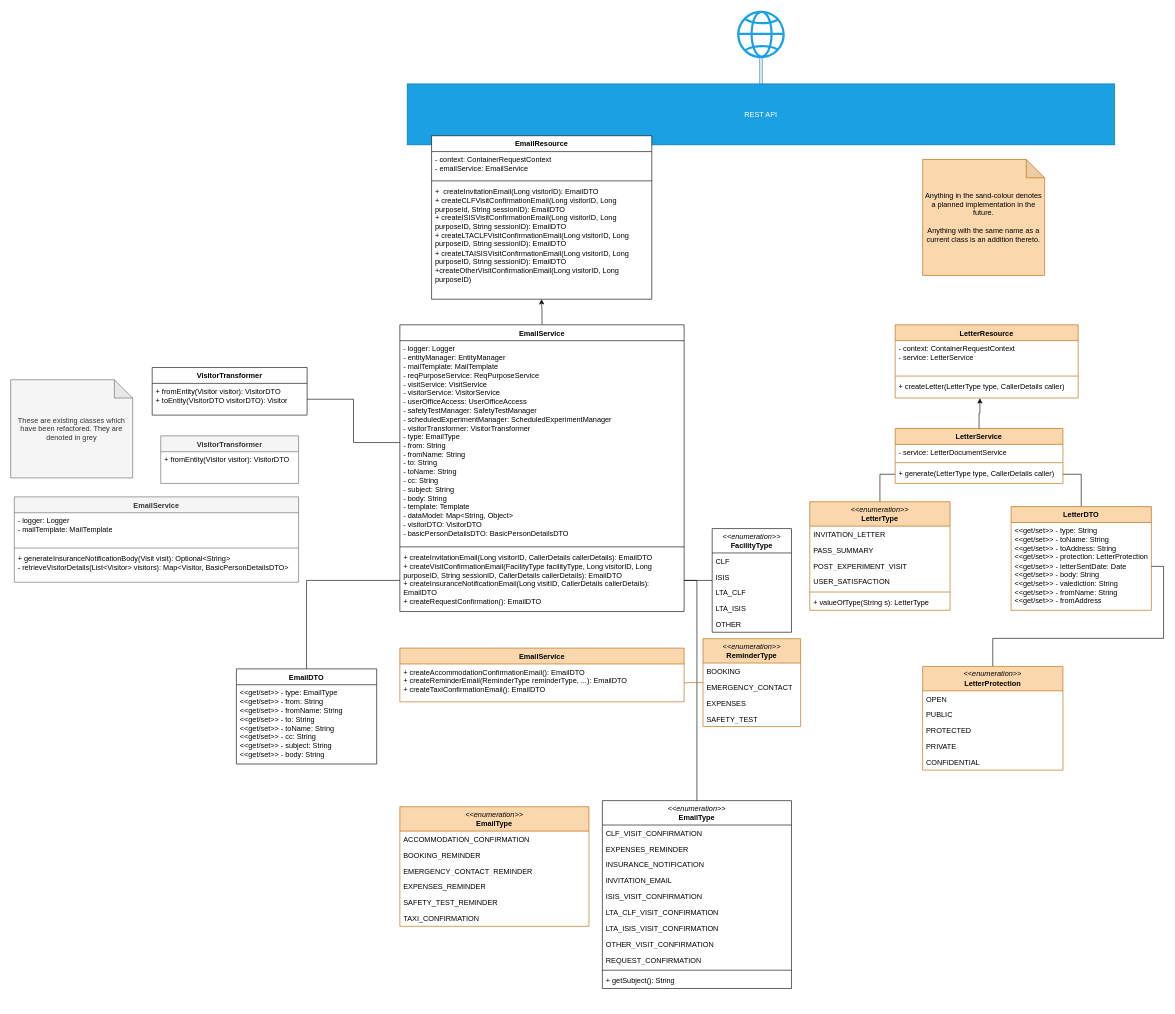
Before: Document generation class diagram.drawio in ambolt314/FinalProjectDesign, a draw.io diagram. Source tidied: cells renumbered, new cells numbered last; positions are measured from the earlier drawing's top-left corner, leaving out a move shared by most shapes. Both pictures are drawn from the tidied source at 61%, with x=0, y=0 at pixel (10, 10).
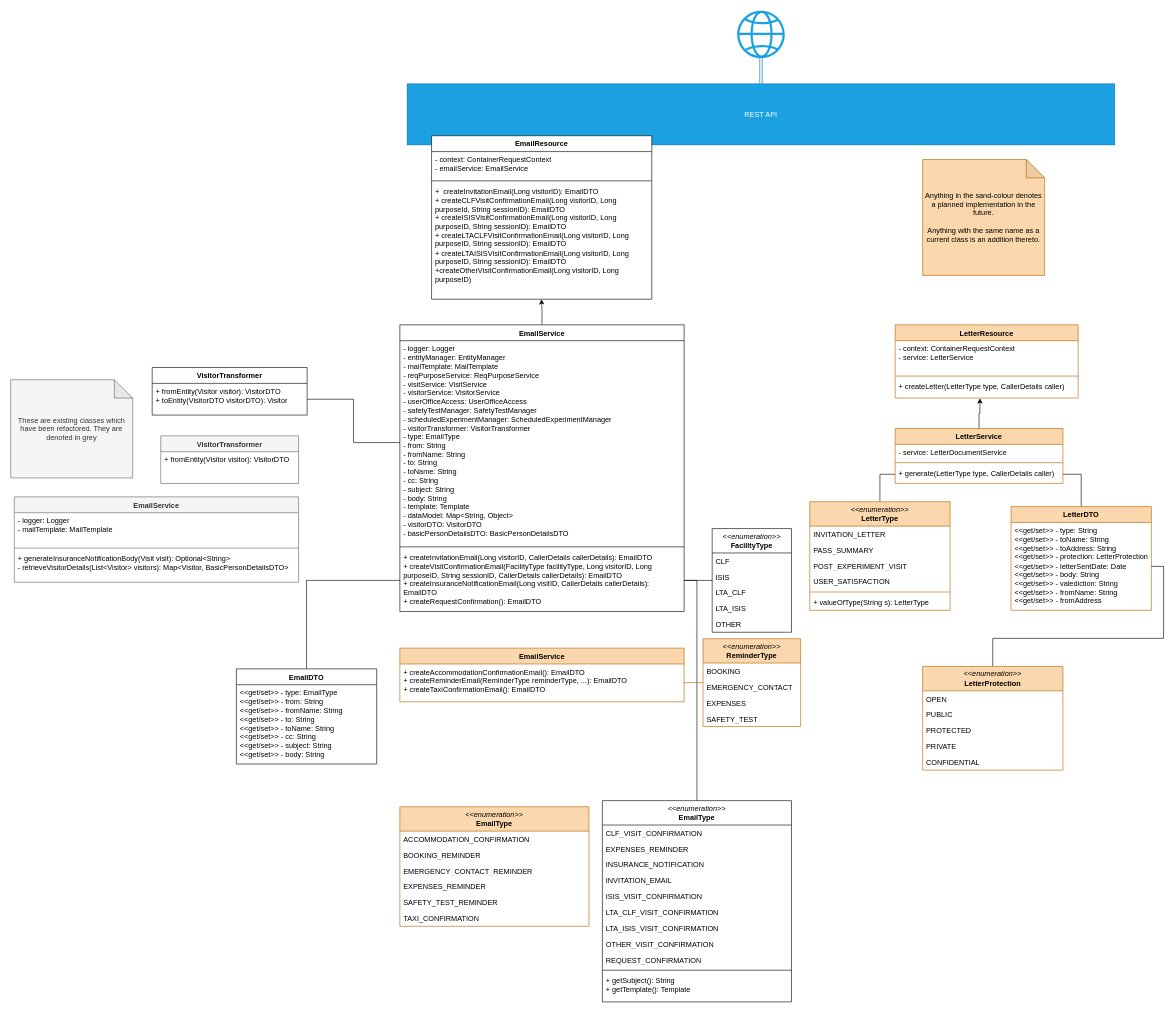
The same diagram, later.

Commit message:
added templating to design

Change to the diagram source:
```diff
@@
     <mxCell id="13" value="&lt;div&gt;&lt;i&gt;&amp;lt;&amp;lt;enumeration&amp;gt;&amp;gt;&lt;/i&gt;&lt;/div&gt;&lt;div&gt;&lt;b&gt;EmailType&lt;/b&gt;&lt;br&gt;&lt;/div&gt;" style="swimlane;fontStyle=0;horizontal=1;startSize=40;fillColor=none;whiteSpace=wrap;html=1;" parent="1" vertex="1">
-      <mxGeometry x="970" y="1295" width="310" height="308" as="geometry" />
+      <mxGeometry x="970" y="1295" width="310" height="330" as="geometry" />
     </mxCell>
@@
-    <mxCell id="24" value="+ getSubject(): String" style="text;strokeColor=none;fillColor=none;align=left;verticalAlign=top;spacingLeft=4;spacingRight=4;overflow=hidden;whiteSpace=wrap;html=1;" parent="13" vertex="1">
-      <mxGeometry y="282" width="310" height="26" as="geometry" />
+    <mxCell id="24" value="&lt;div&gt;+ getSubject(): String&lt;/div&gt;&lt;div&gt;+ getTemplate(): Template&lt;br&gt;&lt;/div&gt;" style="text;strokeColor=none;fillColor=none;align=left;verticalAlign=top;spacingLeft=4;spacingRight=4;overflow=hidden;whiteSpace=wrap;html=1;" parent="13" vertex="1">
+      <mxGeometry y="282" width="310" height="48" as="geometry" />
     </mxCell>
```
